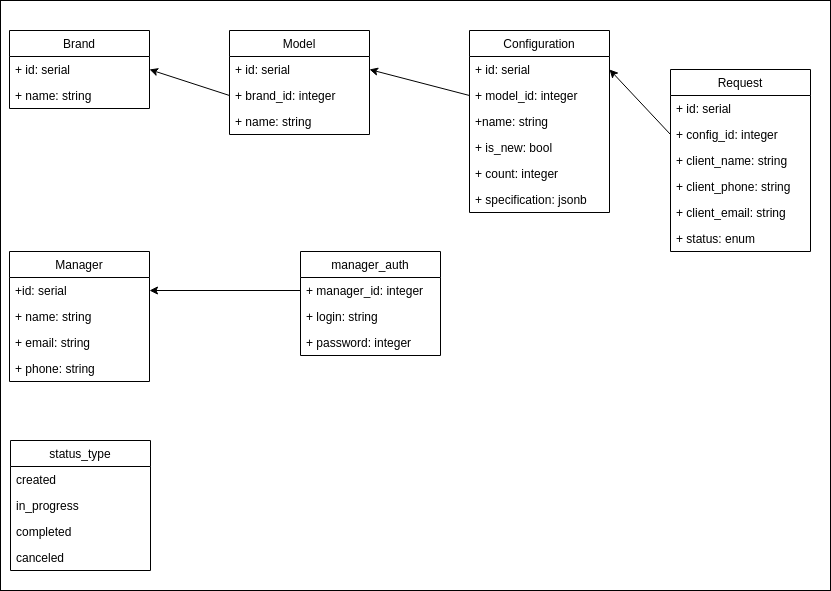
Above: docs/db.png in blinlol/dealership (draw.io), before the change. Source tidied: cells renumbered, new cells last; positions are measured from the earlier drawing's top-left corner, leaving out a move shared by most shapes.
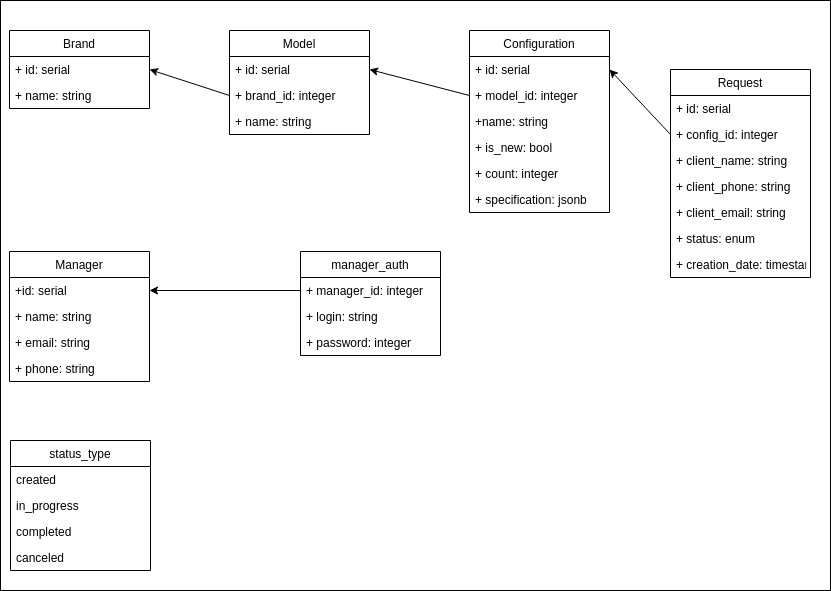
Later version of the same file.

What changed in the source:
```diff
@@ -54,7 +54,7 @@
       <mxGeometry relative="1" as="geometry" />
     </mxCell>
     <mxCell id="19" value="Request" style="swimlane;fontStyle=0;horizontal=1;startSize=26;fillColor=none;" parent="1" vertex="1">
-      <mxGeometry x="670" y="69" width="140" height="182" as="geometry" />
+      <mxGeometry x="670" y="69" width="140" height="208" as="geometry" />
     </mxCell>
     <mxCell id="20" value="+ id: serial" style="text;strokeColor=none;fillColor=none;align=left;verticalAlign=top;spacingLeft=4;spacingRight=4;overflow=hidden;" parent="19" vertex="1">
       <mxGeometry y="26" width="140" height="26" as="geometry" />
@@ -74,6 +74,9 @@
     <mxCell id="25" value="+ status: enum" style="text;strokeColor=none;fillColor=none;align=left;verticalAlign=top;spacingLeft=4;spacingRight=4;overflow=hidden;" parent="19" vertex="1">
       <mxGeometry y="156" width="140" height="26" as="geometry" />
     </mxCell>
+    <mxCell id="42" value="+ creation_date: timestamp" style="text;strokeColor=none;fillColor=none;align=left;verticalAlign=top;spacingLeft=4;spacingRight=4;overflow=hidden;" parent="19" vertex="1">
+      <mxGeometry y="182" width="140" height="26" as="geometry" />
+    </mxCell>
     <mxCell id="26" style="edgeStyle=none;html=1;exitX=0;exitY=0.5;exitDx=0;exitDy=0;entryX=1;entryY=0.5;entryDx=0;entryDy=0;startArrow=none;startFill=0;endArrow=classic;endFill=1;" parent="1" edge="1" source="21" target="11">
       <mxGeometry relative="1" as="geometry" />
     </mxCell>
```
